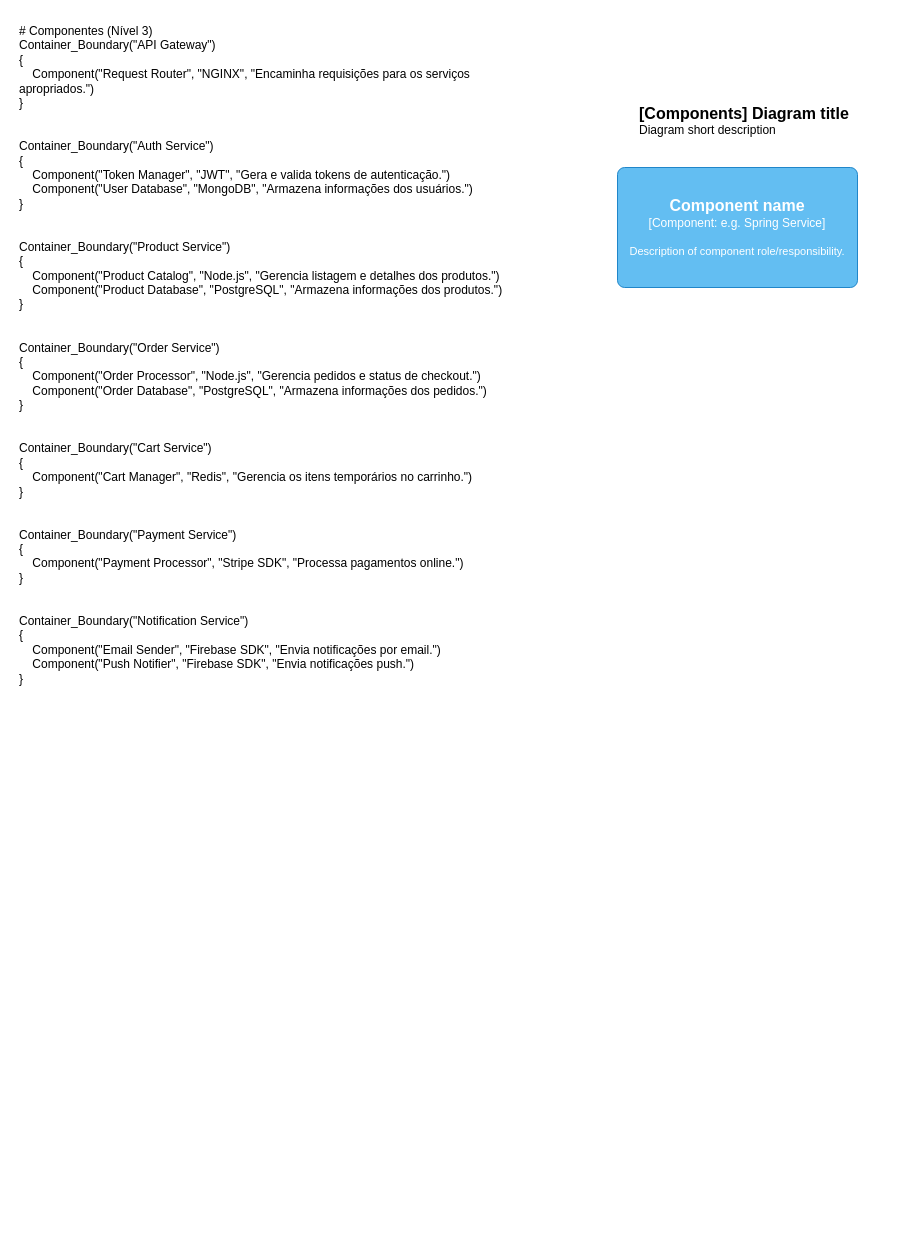
Before: page "Componente" (3 of 3) of Microservicos/Arquitetura e-commerce.drawio in cleversantoro/microservicos-arquitetura, a draw.io diagram. Source tidied: cells renumbered, new cells numbered last; positions are measured from the earlier drawing's top-left corner, leaving out a move shared by most shapes. Both pictures are drawn from the tidied source at 100%, with x=0, y=0 at pixel (17, 17).
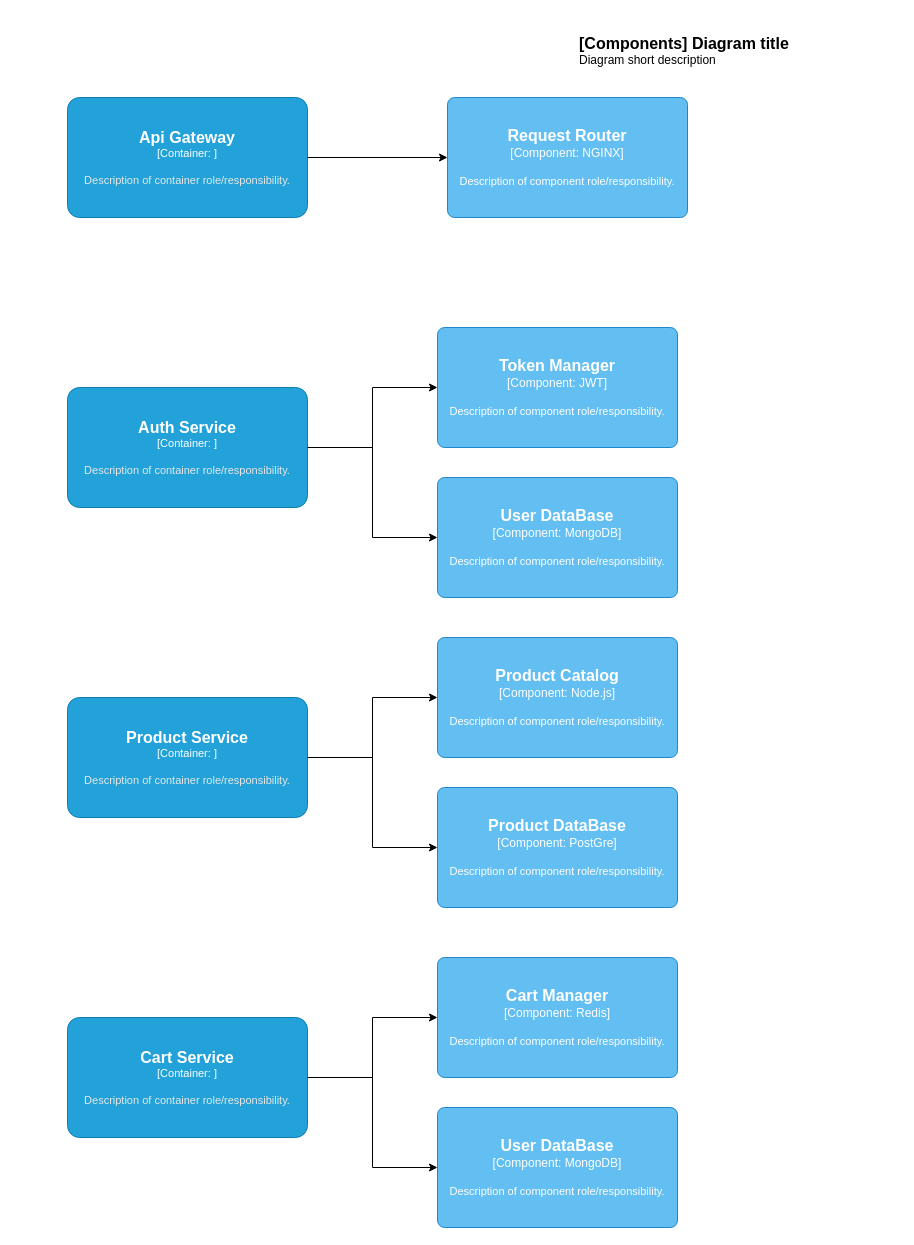
The same diagram, later.

Change to the diagram source:
```diff
@@
-    <mxCell id="2" value="# Componentes (Nível 3)&#10;Container_Boundary(&quot;API Gateway&quot;) &#10;{&#10;    Component(&quot;Request Router&quot;, &quot;NGINX&quot;, &quot;Encaminha requisições para os serviços apropriados.&quot;)&#10;}&#10;&#10;&#10;Container_Boundary(&quot;Auth Service&quot;) &#10;{&#10;    Component(&quot;Token Manager&quot;, &quot;JWT&quot;, &quot;Gera e valida tokens de autenticação.&quot;)&#10;    Component(&quot;User Database&quot;, &quot;MongoDB&quot;, &quot;Armazena informações dos usuários.&quot;)&#10;}&#10;&#10;&#10;Container_Boundary(&quot;Product Service&quot;) &#10;{&#10;    Component(&quot;Product Catalog&quot;, &quot;Node.js&quot;, &quot;Gerencia listagem e detalhes dos produtos.&quot;)&#10;    Component(&quot;Product Database&quot;, &quot;PostgreSQL&quot;, &quot;Armazena informações dos produtos.&quot;)&#10;}&#10;&#10;&#10;Container_Boundary(&quot;Order Service&quot;) &#10;{&#10;    Component(&quot;Order Processor&quot;, &quot;Node.js&quot;, &quot;Gerencia pedidos e status de checkout.&quot;)&#10;    Component(&quot;Order Database&quot;, &quot;PostgreSQL&quot;, &quot;Armazena informações dos pedidos.&quot;)&#10;}&#10;&#10;&#10;Container_Boundary(&quot;Cart Service&quot;) &#10;{&#10;    Component(&quot;Cart Manager&quot;, &quot;Redis&quot;, &quot;Gerencia os itens temporários no carrinho.&quot;)&#10;}&#10;&#10;&#10;Container_Boundary(&quot;Payment Service&quot;) &#10;{&#10;    Component(&quot;Payment Processor&quot;, &quot;Stripe SDK&quot;, &quot;Processa pagamentos online.&quot;)&#10;}&#10;&#10;&#10;Container_Boundary(&quot;Notification Service&quot;) &#10;{&#10;    Component(&quot;Email Sender&quot;, &quot;Firebase SDK&quot;, &quot;Envia notificações por email.&quot;)&#10;    Component(&quot;Push Notifier&quot;, &quot;Firebase SDK&quot;, &quot;Envia notificações push.&quot;)&#10;}" style="text;whiteSpace=wrap;" parent="1" vertex="1">
-      <mxGeometry width="520" height="660" as="geometry" />
-    </mxCell>
-    <object id="3" label="&lt;font style=&quot;font-size: 16px&quot;&gt;&lt;b&gt;%c4Name%&lt;/b&gt;&lt;/font&gt;&lt;div&gt;[%c4Type%: %c4Technology%]&lt;/div&gt;&lt;br&gt;&lt;div&gt;&lt;font style=&quot;font-size: 11px&quot;&gt;%c4Description%&lt;/font&gt;&lt;/div&gt;" c4Description="Description of component role/responsibility." c4Name="Component name" c4Technology="e.g. Spring Service" c4Type="Component" placeholders="1">
+    <object id="3" label="&lt;font style=&quot;font-size: 16px&quot;&gt;&lt;b&gt;%c4Name%&lt;/b&gt;&lt;/font&gt;&lt;div&gt;[%c4Type%: %c4Technology%]&lt;/div&gt;&lt;br&gt;&lt;div&gt;&lt;font style=&quot;font-size: 11px&quot;&gt;%c4Description%&lt;/font&gt;&lt;/div&gt;" c4Description="Description of component role/responsibility." c4Name="Request Router" c4Technology="NGINX" c4Type="Component" placeholders="1">
       <mxCell style="rounded=1;whiteSpace=wrap;html=1;labelBackgroundColor=none;fillColor=#63BEF2;fontColor=#ffffff;align=center;arcSize=6;strokeColor=#2086C9;points=[[0.25,0,0],[0.5,0,0],[0.75,0,0],[1,0.25,0],[1,0.5,0],[1,0.75,0],[0.75,1,0],[0.5,1,0],[0.25,1,0],[0,0.75,0],[0,0.5,0],[0,0.25,0]];" parent="1" vertex="1">
-        <mxGeometry x="600" y="150" width="240" height="120" as="geometry" />
+        <mxGeometry x="430" y="80" width="240" height="120" as="geometry" />
       </mxCell>
     </object>
     <object id="4" label="&lt;font style=&quot;font-size: 16px&quot;&gt;&lt;b&gt;&lt;div style=&quot;text-align: left&quot;&gt;%c4Name%&lt;/div&gt;&lt;/b&gt;&lt;/font&gt;&lt;div style=&quot;text-align: left&quot;&gt;%c4Description%&lt;/div&gt;" c4Description="Diagram short description" c4Name="[Components] Diagram title" placeholders="1">
       <mxCell style="text;html=1;strokeColor=none;fillColor=none;align=left;verticalAlign=top;whiteSpace=wrap;rounded=0;" parent="1" vertex="1">
-        <mxGeometry x="620" y="80" width="260" height="40" as="geometry" />
+        <mxGeometry x="560" y="10" width="260" height="40" as="geometry" />
       </mxCell>
     </object>
+    <object id="5" label="&lt;font style=&quot;font-size: 16px&quot;&gt;&lt;b&gt;%c4Name%&lt;/b&gt;&lt;/font&gt;&lt;div&gt;[%c4Type%: %c4Technology%]&lt;/div&gt;&lt;br&gt;&lt;div&gt;&lt;font style=&quot;font-size: 11px&quot;&gt;&lt;font color=&quot;#E6E6E6&quot;&gt;%c4Description%&lt;/font&gt;&lt;/div&gt;" c4Description="Description of container role/responsibility." c4Name="Api Gateway" c4Technology="" c4Type="Container" placeholders="1">
+      <mxCell style="rounded=1;whiteSpace=wrap;html=1;fontSize=11;labelBackgroundColor=none;fillColor=#23A2D9;fontColor=#ffffff;align=center;arcSize=10;strokeColor=#0E7DAD;points=[[0.25,0,0],[0.5,0,0],[0.75,0,0],[1,0.25,0],[1,0.5,0],[1,0.75,0],[0.75,1,0],[0.5,1,0],[0.25,1,0],[0,0.75,0],[0,0.5,0],[0,0.25,0]];" parent="1" vertex="1">
+        <mxGeometry x="50" y="80" width="240" height="120" as="geometry" />
+      </mxCell>
+    </object>
+    <mxCell id="6" style="edgeStyle=orthogonalEdgeStyle;rounded=0;jettySize=auto;html=1;" parent="1" edge="1" source="7" target="8">
+      <mxGeometry relative="1" as="geometry" />
+    </mxCell>
+    <object id="7" label="&lt;font style=&quot;font-size: 16px&quot;&gt;&lt;b&gt;%c4Name%&lt;/b&gt;&lt;/font&gt;&lt;div&gt;[%c4Type%: %c4Technology%]&lt;/div&gt;&lt;br&gt;&lt;div&gt;&lt;font style=&quot;font-size: 11px&quot;&gt;&lt;font color=&quot;#E6E6E6&quot;&gt;%c4Description%&lt;/font&gt;&lt;/div&gt;" c4Description="Description of container role/responsibility." c4Name="Auth Service" c4Technology="" c4Type="Container" placeholders="1">
+      <mxCell style="rounded=1;whiteSpace=wrap;html=1;fontSize=11;labelBackgroundColor=none;fillColor=#23A2D9;fontColor=#ffffff;align=center;arcSize=10;strokeColor=#0E7DAD;points=[[0.25,0,0],[0.5,0,0],[0.75,0,0],[1,0.25,0],[1,0.5,0],[1,0.75,0],[0.75,1,0],[0.5,1,0],[0.25,1,0],[0,0.75,0],[0,0.5,0],[0,0.25,0]];" parent="1" vertex="1">
+        <mxGeometry x="50" y="370" width="240" height="120" as="geometry" />
+      </mxCell>
+    </object>
+    <object id="8" label="&lt;font style=&quot;font-size: 16px&quot;&gt;&lt;b&gt;%c4Name%&lt;/b&gt;&lt;/font&gt;&lt;div&gt;[%c4Type%: %c4Technology%]&lt;/div&gt;&lt;br&gt;&lt;div&gt;&lt;font style=&quot;font-size: 11px&quot;&gt;%c4Description%&lt;/font&gt;&lt;/div&gt;" c4Description="Description of component role/responsibility." c4Name="Token Manager" c4Technology="JWT" c4Type="Component" placeholders="1">
+      <mxCell style="rounded=1;whiteSpace=wrap;html=1;labelBackgroundColor=none;fillColor=#63BEF2;fontColor=#ffffff;align=center;arcSize=6;strokeColor=#2086C9;points=[[0.25,0,0],[0.5,0,0],[0.75,0,0],[1,0.25,0],[1,0.5,0],[1,0.75,0],[0.75,1,0],[0.5,1,0],[0.25,1,0],[0,0.75,0],[0,0.5,0],[0,0.25,0]];" parent="1" vertex="1">
+        <mxGeometry x="420" y="310" width="240" height="120" as="geometry" />
+      </mxCell>
+    </object>
+    <object id="9" label="&lt;font style=&quot;font-size: 16px&quot;&gt;&lt;b&gt;%c4Name%&lt;/b&gt;&lt;/font&gt;&lt;div&gt;[%c4Type%: %c4Technology%]&lt;/div&gt;&lt;br&gt;&lt;div&gt;&lt;font style=&quot;font-size: 11px&quot;&gt;%c4Description%&lt;/font&gt;&lt;/div&gt;" c4Description="Description of component role/responsibility." c4Name="User DataBase" c4Technology="MongoDB" c4Type="Component" placeholders="1">
+      <mxCell style="rounded=1;whiteSpace=wrap;html=1;labelBackgroundColor=none;fillColor=#63BEF2;fontColor=#ffffff;align=center;arcSize=6;strokeColor=#2086C9;points=[[0.25,0,0],[0.5,0,0],[0.75,0,0],[1,0.25,0],[1,0.5,0],[1,0.75,0],[0.75,1,0],[0.5,1,0],[0.25,1,0],[0,0.75,0],[0,0.5,0],[0,0.25,0]];" parent="1" vertex="1">
+        <mxGeometry x="420" y="460" width="240" height="120" as="geometry" />
+      </mxCell>
+    </object>
+    <mxCell id="10" style="edgeStyle=orthogonalEdgeStyle;rounded=0;jettySize=auto;html=1;exitX=1;exitY=0.5;exitDx=0;exitDy=0;exitPerimeter=0;entryX=0;entryY=0.5;entryDx=0;entryDy=0;entryPerimeter=0;" parent="1" edge="1" source="7" target="9">
+      <mxGeometry relative="1" as="geometry" />
+    </mxCell>
+    <mxCell id="11" style="edgeStyle=orthogonalEdgeStyle;rounded=0;jettySize=auto;html=1;entryX=0;entryY=0.5;entryDx=0;entryDy=0;entryPerimeter=0;" parent="1" edge="1" source="5" target="3">
+      <mxGeometry relative="1" as="geometry" />
+    </mxCell>
+    <mxCell id="12" style="edgeStyle=orthogonalEdgeStyle;rounded=0;jettySize=auto;html=1;" parent="1" edge="1" source="13" target="14">
+      <mxGeometry relative="1" as="geometry" />
+    </mxCell>
+    <object id="13" label="&lt;font style=&quot;font-size: 16px&quot;&gt;&lt;b&gt;%c4Name%&lt;/b&gt;&lt;/font&gt;&lt;div&gt;[%c4Type%: %c4Technology%]&lt;/div&gt;&lt;br&gt;&lt;div&gt;&lt;font style=&quot;font-size: 11px&quot;&gt;&lt;font color=&quot;#E6E6E6&quot;&gt;%c4Description%&lt;/font&gt;&lt;/div&gt;" c4Description="Description of container role/responsibility." c4Name="Product Service" c4Technology="" c4Type="Container" placeholders="1">
+      <mxCell style="rounded=1;whiteSpace=wrap;html=1;fontSize=11;labelBackgroundColor=none;fillColor=#23A2D9;fontColor=#ffffff;align=center;arcSize=10;strokeColor=#0E7DAD;points=[[0.25,0,0],[0.5,0,0],[0.75,0,0],[1,0.25,0],[1,0.5,0],[1,0.75,0],[0.75,1,0],[0.5,1,0],[0.25,1,0],[0,0.75,0],[0,0.5,0],[0,0.25,0]];" parent="1" vertex="1">
+        <mxGeometry x="50" y="680" width="240" height="120" as="geometry" />
+      </mxCell>
+    </object>
+    <object id="14" label="&lt;font style=&quot;font-size: 16px&quot;&gt;&lt;b&gt;%c4Name%&lt;/b&gt;&lt;/font&gt;&lt;div&gt;[%c4Type%: %c4Technology%]&lt;/div&gt;&lt;br&gt;&lt;div&gt;&lt;font style=&quot;font-size: 11px&quot;&gt;%c4Description%&lt;/font&gt;&lt;/div&gt;" c4Description="Description of component role/responsibility." c4Name="Product Catalog" c4Technology="Node.js" c4Type="Component" placeholders="1">
+      <mxCell style="rounded=1;whiteSpace=wrap;html=1;labelBackgroundColor=none;fillColor=#63BEF2;fontColor=#ffffff;align=center;arcSize=6;strokeColor=#2086C9;points=[[0.25,0,0],[0.5,0,0],[0.75,0,0],[1,0.25,0],[1,0.5,0],[1,0.75,0],[0.75,1,0],[0.5,1,0],[0.25,1,0],[0,0.75,0],[0,0.5,0],[0,0.25,0]];" parent="1" vertex="1">
+        <mxGeometry x="420" y="620" width="240" height="120" as="geometry" />
+      </mxCell>
+    </object>
+    <object id="15" label="&lt;font style=&quot;font-size: 16px&quot;&gt;&lt;b&gt;%c4Name%&lt;/b&gt;&lt;/font&gt;&lt;div&gt;[%c4Type%: %c4Technology%]&lt;/div&gt;&lt;br&gt;&lt;div&gt;&lt;font style=&quot;font-size: 11px&quot;&gt;%c4Description%&lt;/font&gt;&lt;/div&gt;" c4Description="Description of component role/responsibility." c4Name="Product DataBase" c4Technology="PostGre" c4Type="Component" placeholders="1">
+      <mxCell style="rounded=1;whiteSpace=wrap;html=1;labelBackgroundColor=none;fillColor=#63BEF2;fontColor=#ffffff;align=center;arcSize=6;strokeColor=#2086C9;points=[[0.25,0,0],[0.5,0,0],[0.75,0,0],[1,0.25,0],[1,0.5,0],[1,0.75,0],[0.75,1,0],[0.5,1,0],[0.25,1,0],[0,0.75,0],[0,0.5,0],[0,0.25,0]];" parent="1" vertex="1">
+        <mxGeometry x="420" y="770" width="240" height="120" as="geometry" />
+      </mxCell>
+    </object>
+    <mxCell id="16" style="edgeStyle=orthogonalEdgeStyle;rounded=0;jettySize=auto;html=1;exitX=1;exitY=0.5;exitDx=0;exitDy=0;exitPerimeter=0;entryX=0;entryY=0.5;entryDx=0;entryDy=0;entryPerimeter=0;" parent="1" edge="1" source="13" target="15">
+      <mxGeometry relative="1" as="geometry" />
+    </mxCell>
+    <mxCell id="17" style="edgeStyle=orthogonalEdgeStyle;rounded=0;jettySize=auto;html=1;" parent="1" edge="1" source="18" target="19">
+      <mxGeometry relative="1" as="geometry" />
+    </mxCell>
+    <object id="18" label="&lt;font style=&quot;font-size: 16px&quot;&gt;&lt;b&gt;%c4Name%&lt;/b&gt;&lt;/font&gt;&lt;div&gt;[%c4Type%: %c4Technology%]&lt;/div&gt;&lt;br&gt;&lt;div&gt;&lt;font style=&quot;font-size: 11px&quot;&gt;&lt;font color=&quot;#E6E6E6&quot;&gt;%c4Description%&lt;/font&gt;&lt;/div&gt;" c4Description="Description of container role/responsibility." c4Name="Cart Service" c4Technology="" c4Type="Container" placeholders="1">
+      <mxCell style="rounded=1;whiteSpace=wrap;html=1;fontSize=11;labelBackgroundColor=none;fillColor=#23A2D9;fontColor=#ffffff;align=center;arcSize=10;strokeColor=#0E7DAD;points=[[0.25,0,0],[0.5,0,0],[0.75,0,0],[1,0.25,0],[1,0.5,0],[1,0.75,0],[0.75,1,0],[0.5,1,0],[0.25,1,0],[0,0.75,0],[0,0.5,0],[0,0.25,0]];" parent="1" vertex="1">
+        <mxGeometry x="50" y="1000" width="240" height="120" as="geometry" />
+      </mxCell>
+    </object>
+    <object id="19" label="&lt;font style=&quot;font-size: 16px&quot;&gt;&lt;b&gt;%c4Name%&lt;/b&gt;&lt;/font&gt;&lt;div&gt;[%c4Type%: %c4Technology%]&lt;/div&gt;&lt;br&gt;&lt;div&gt;&lt;font style=&quot;font-size: 11px&quot;&gt;%c4Description%&lt;/font&gt;&lt;/div&gt;" c4Description="Description of component role/responsibility." c4Name="Cart Manager" c4Technology="Redis" c4Type="Component" placeholders="1">
+      <mxCell style="rounded=1;whiteSpace=wrap;html=1;labelBackgroundColor=none;fillColor=#63BEF2;fontColor=#ffffff;align=center;arcSize=6;strokeColor=#2086C9;points=[[0.25,0,0],[0.5,0,0],[0.75,0,0],[1,0.25,0],[1,0.5,0],[1,0.75,0],[0.75,1,0],[0.5,1,0],[0.25,1,0],[0,0.75,0],[0,0.5,0],[0,0.25,0]];" parent="1" vertex="1">
+        <mxGeometry x="420" y="940" width="240" height="120" as="geometry" />
+      </mxCell>
+    </object>
+    <object id="20" label="&lt;font style=&quot;font-size: 16px&quot;&gt;&lt;b&gt;%c4Name%&lt;/b&gt;&lt;/font&gt;&lt;div&gt;[%c4Type%: %c4Technology%]&lt;/div&gt;&lt;br&gt;&lt;div&gt;&lt;font style=&quot;font-size: 11px&quot;&gt;%c4Description%&lt;/font&gt;&lt;/div&gt;" c4Description="Description of component role/responsibility." c4Name="User DataBase" c4Technology="MongoDB" c4Type="Component" placeholders="1">
+      <mxCell style="rounded=1;whiteSpace=wrap;html=1;labelBackgroundColor=none;fillColor=#63BEF2;fontColor=#ffffff;align=center;arcSize=6;strokeColor=#2086C9;points=[[0.25,0,0],[0.5,0,0],[0.75,0,0],[1,0.25,0],[1,0.5,0],[1,0.75,0],[0.75,1,0],[0.5,1,0],[0.25,1,0],[0,0.75,0],[0,0.5,0],[0,0.25,0]];" parent="1" vertex="1">
+        <mxGeometry x="420" y="1090" width="240" height="120" as="geometry" />
+      </mxCell>
+    </object>
+    <mxCell id="21" style="edgeStyle=orthogonalEdgeStyle;rounded=0;jettySize=auto;html=1;exitX=1;exitY=0.5;exitDx=0;exitDy=0;exitPerimeter=0;entryX=0;entryY=0.5;entryDx=0;entryDy=0;entryPerimeter=0;" parent="1" edge="1" source="18" target="20">
+      <mxGeometry relative="1" as="geometry" />
+    </mxCell>
```
